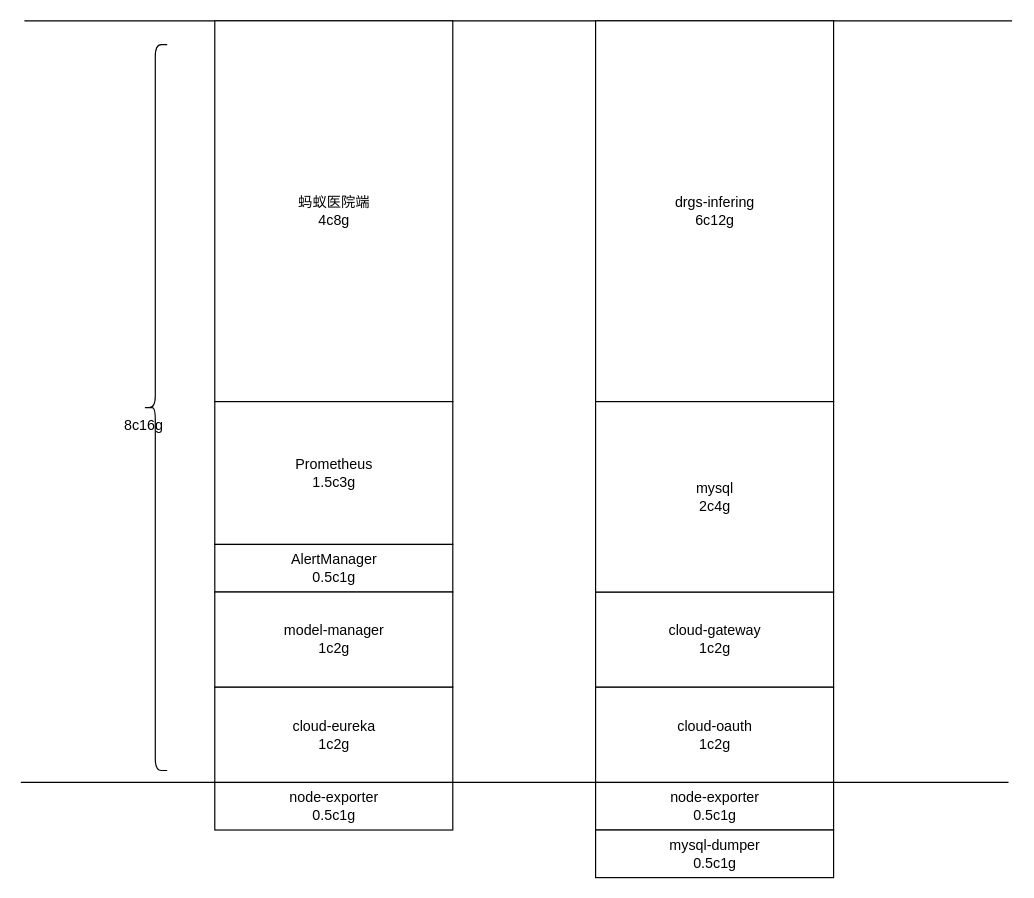
Above: article/fl-learning.drawio in cactusgame/awesome (draw.io), before the change. Source tidied: cells renumbered, new cells numbered last; positions are measured from the earlier drawing's top-left corner, leaving out a move shared by most shapes. Both pictures are drawn from the tidied source at 119%, with x=0, y=0 at pixel (20, 20).
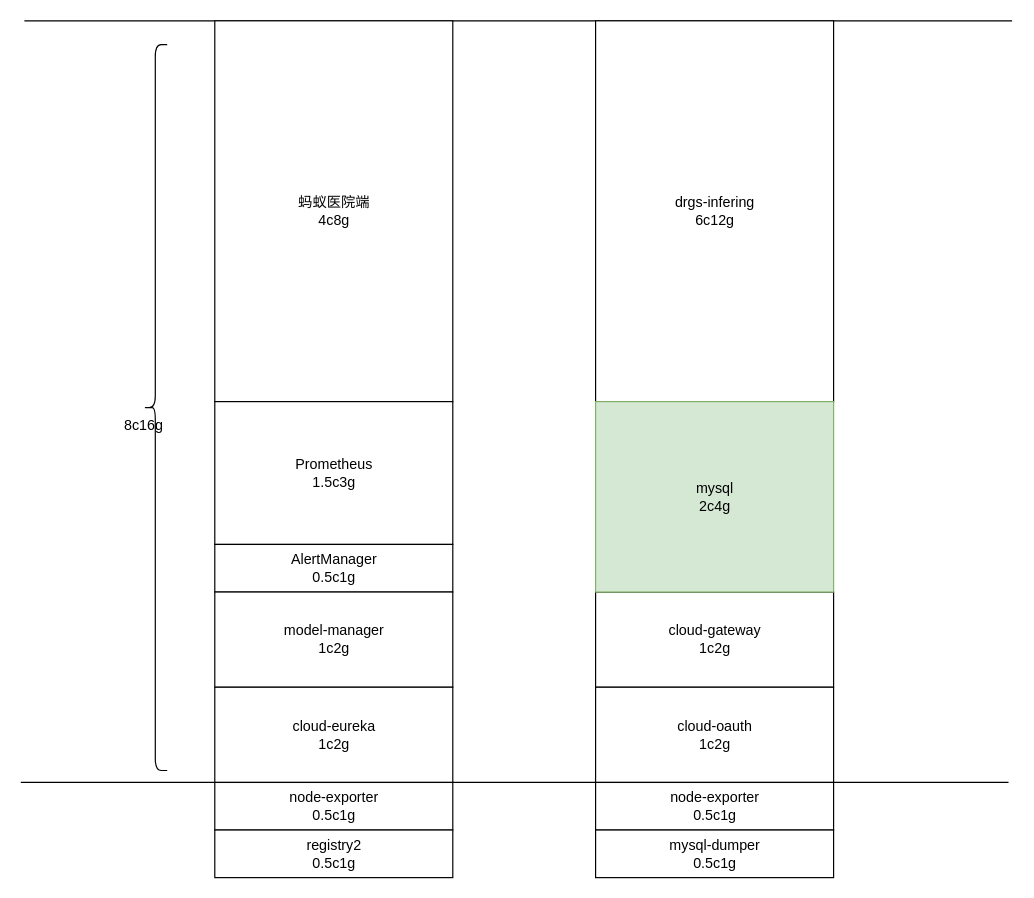
The same page after the edit.

Change to the diagram source:
```diff
@@
-    <mxCell id="18" value="mysql&lt;br&gt;2c4g" style="html=1;" parent="1" vertex="1">
+    <mxCell id="18" value="mysql&lt;br&gt;2c4g" style="html=1;fillColor=#d5e8d4;strokeColor=#82b366;" parent="1" vertex="1">
       <mxGeometry x="483" y="320" width="200" height="160" as="geometry" />
     </mxCell>
+    <mxCell id="19" value="registry2&lt;br&gt;0.5c1g" style="html=1;" parent="1" vertex="1">
+      <mxGeometry x="163" y="680" width="200" height="40" as="geometry" />
+    </mxCell>
```
